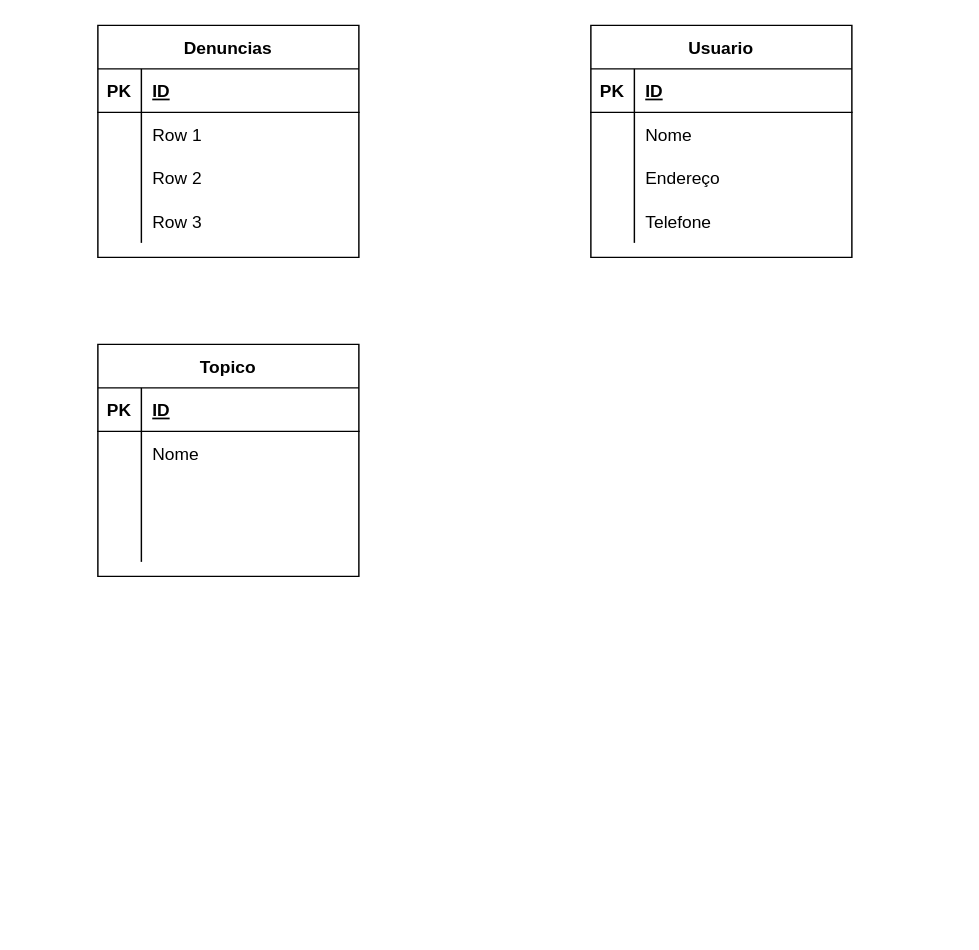
michaelsanguinete/CompassFinalProject keeps this draw.io diagram as Untitled Diagram.drawio. Above is the earlier version. Source tidied: cells renumbered, new cells numbered last; positions are measured from the earlier drawing's top-left corner, leaving out a move shared by most shapes. Both pictures are drawn from the tidied source at 145%, with x=0, y=0 at pixel (97, 25).
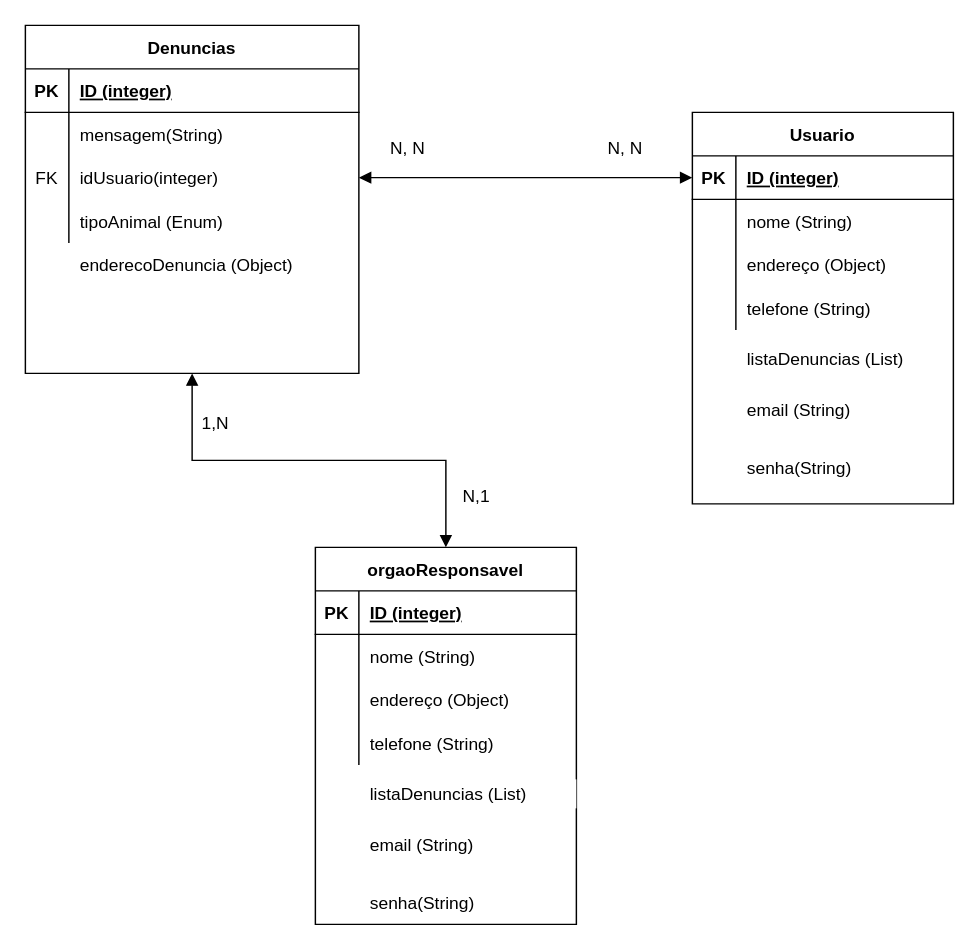
The same diagram, later.

The change refers to these unchanged cells:
```xml
<mxCell id="16" style="shape=partialRectangle;fillColor=none;top=0;left=0;bottom=1;right=0;points=[[0,0.5],[1,0.5]];portConstraint=eastwest;" parent="15" vertex="1">
  <mxGeometry y="30" width="180" height="30" as="geometry" />
</mxCell>
<mxCell id="19" style="shape=partialRectangle;fillColor=none;top=0;left=0;bottom=0;right=0;" parent="15" vertex="1">
  <mxGeometry y="60" width="180" height="30" as="geometry" />
</mxCell>
<mxCell id="22" style="shape=partialRectangle;fillColor=none;top=0;left=0;bottom=0;right=0;" parent="15" vertex="1">
  <mxGeometry y="90" width="180" height="30" as="geometry" />
</mxCell>
<mxCell id="25" style="shape=partialRectangle;fillColor=none;top=0;left=0;bottom=0;right=0;" parent="15" vertex="1">
  <mxGeometry y="120" width="180" height="30" as="geometry" />
</mxCell>
```

Change to the diagram source:
```diff
@@
     <mxCell id="2" value="Denuncias" style="shape=table;startSize=30;childLayout=tableLayout;rowLines=0;fontStyle=1;align=center;" parent="1" vertex="1">
-      <mxGeometry width="180" height="160" as="geometry" />
+      <mxGeometry x="-50" width="230" height="240" as="geometry" />
     </mxCell>
     <mxCell id="3" style="shape=partialRectangle;fillColor=none;top=0;left=0;bottom=1;right=0;" parent="2" vertex="1">
-      <mxGeometry y="30" width="180" height="30" as="geometry" />
+      <mxGeometry y="30" width="230" height="30" as="geometry" />
     </mxCell>
@@
-    <mxCell id="5" value="ID" style="shape=partialRectangle;fillColor=none;top=0;left=0;bottom=0;right=0;align=left;spacingLeft=6;fontStyle=5;overflow=hidden;" parent="3" vertex="1">
-      <mxGeometry x="30" width="150" height="30" as="geometry" />
+    <mxCell id="5" value="ID (integer)" style="shape=partialRectangle;fillColor=none;top=0;left=0;bottom=0;right=0;align=left;spacingLeft=6;fontStyle=5;overflow=hidden;" parent="3" vertex="1">
+      <mxGeometry x="30" width="200" height="30" as="geometry" />
     </mxCell>
     <mxCell id="6" style="shape=partialRectangle;fillColor=none;top=0;left=0;bottom=0;right=0;" parent="2" vertex="1">
-      <mxGeometry y="60" width="180" height="30" as="geometry" />
+      <mxGeometry y="60" width="230" height="30" as="geometry" />
     </mxCell>
@@
-    <mxCell id="8" value="Row 1" style="shape=partialRectangle;fillColor=none;top=0;left=0;bottom=0;right=0;align=left;spacingLeft=6;overflow=hidden;" parent="6" vertex="1">
-      <mxGeometry x="30" width="150" height="30" as="geometry" />
+    <mxCell id="8" value="mensagem(String)" style="shape=partialRectangle;fillColor=none;top=0;left=0;bottom=0;right=0;align=left;spacingLeft=6;overflow=hidden;" parent="6" vertex="1">
+      <mxGeometry x="30" width="200" height="30" as="geometry" />
     </mxCell>
     <mxCell id="9" style="shape=partialRectangle;fillColor=none;top=0;left=0;bottom=0;right=0;points=[[0,0.5],[1,0.5]];portConstraint=eastwest;" parent="2" vertex="1">
-      <mxGeometry y="90" width="180" height="30" as="geometry" />
+      <mxGeometry y="90" width="230" height="30" as="geometry" />
     </mxCell>
-    <mxCell id="10" style="shape=partialRectangle;fillColor=none;top=0;left=0;bottom=0;right=0;overflow=hidden;" parent="9" vertex="1">
+    <mxCell id="10" value="FK" style="shape=partialRectangle;fillColor=none;top=0;left=0;bottom=0;right=0;overflow=hidden;" parent="9" vertex="1">
       <mxGeometry width="30" height="30" as="geometry" />
     </mxCell>
-    <mxCell id="11" value="Row 2" style="shape=partialRectangle;fillColor=none;top=0;left=0;bottom=0;right=0;align=left;spacingLeft=6;overflow=hidden;" parent="9" vertex="1">
-      <mxGeometry x="30" width="150" height="30" as="geometry" />
+    <mxCell id="11" value="idUsuario(integer)" style="shape=partialRectangle;fillColor=none;top=0;left=0;bottom=0;right=0;align=left;spacingLeft=6;overflow=hidden;" parent="9" vertex="1">
+      <mxGeometry x="30" width="200" height="30" as="geometry" />
     </mxCell>
     <mxCell id="12" style="shape=partialRectangle;fillColor=none;top=0;left=0;bottom=0;right=0;" parent="2" vertex="1">
-      <mxGeometry y="120" width="180" height="30" as="geometry" />
+      <mxGeometry y="120" width="230" height="30" as="geometry" />
     </mxCell>
@@
-    <mxCell id="14" value="Row 3" style="shape=partialRectangle;fillColor=none;top=0;left=0;bottom=0;right=0;align=left;spacingLeft=6;overflow=hidden;" parent="12" vertex="1">
-      <mxGeometry x="30" width="150" height="30" as="geometry" />
+    <mxCell id="14" value="tipoAnimal (Enum)" style="shape=partialRectangle;fillColor=none;top=0;left=0;bottom=0;right=0;align=left;spacingLeft=6;overflow=hidden;" parent="12" vertex="1">
+      <mxGeometry x="30" width="200" height="30" as="geometry" />
     </mxCell>
     <mxCell id="15" value="Usuario" style="shape=table;startSize=30;childLayout=tableLayout;rowLines=0;fontStyle=1;align=center;" parent="1" vertex="1">
-      <mxGeometry x="340" width="180" height="160" as="geometry" />
+      <mxGeometry x="410" y="60" width="180" height="270" as="geometry" />
     </mxCell>
@@
-    <mxCell id="18" value="ID" style="shape=partialRectangle;fillColor=none;top=0;left=0;bottom=0;right=0;align=left;spacingLeft=6;fontStyle=5;overflow=hidden;" parent="16" vertex="1">
+    <mxCell id="18" value="ID (integer)" style="shape=partialRectangle;fillColor=none;top=0;left=0;bottom=0;right=0;align=left;spacingLeft=6;fontStyle=5;overflow=hidden;" parent="16" vertex="1">
       <mxGeometry x="30" width="150" height="30" as="geometry" />
     </mxCell>
@@
-    <mxCell id="21" value="Nome" style="shape=partialRectangle;fillColor=none;top=0;left=0;bottom=0;right=0;align=left;spacingLeft=6;overflow=hidden;" parent="19" vertex="1">
+    <mxCell id="21" value="nome (String)" style="shape=partialRectangle;fillColor=none;top=0;left=0;bottom=0;right=0;align=left;spacingLeft=6;overflow=hidden;" parent="19" vertex="1">
       <mxGeometry x="30" width="150" height="30" as="geometry" />
     </mxCell>
@@
-    <mxCell id="24" value="Endereço" style="shape=partialRectangle;fillColor=none;top=0;left=0;bottom=0;right=0;align=left;spacingLeft=6;overflow=hidden;" parent="22" vertex="1">
+    <mxCell id="24" value="endereço (Object)" style="shape=partialRectangle;fillColor=none;top=0;left=0;bottom=0;right=0;align=left;spacingLeft=6;overflow=hidden;" parent="22" vertex="1">
       <mxGeometry x="30" width="150" height="30" as="geometry" />
     </mxCell>
@@
-    <mxCell id="27" value="Telefone" style="shape=partialRectangle;fillColor=none;top=0;left=0;bottom=0;right=0;align=left;spacingLeft=6;overflow=hidden;" parent="25" vertex="1">
+    <mxCell id="27" value="telefone (String)" style="shape=partialRectangle;fillColor=none;top=0;left=0;bottom=0;right=0;align=left;spacingLeft=6;overflow=hidden;" parent="25" vertex="1">
       <mxGeometry x="30" width="150" height="30" as="geometry" />
     </mxCell>
-    <mxCell id="28" value="Topico" style="shape=table;startSize=30;childLayout=tableLayout;rowLines=0;fontStyle=1;align=center;" parent="1" vertex="1">
-      <mxGeometry y="220" width="180" height="160" as="geometry" />
-    </mxCell>
+    <mxCell id="41" value="listaDenuncias (List)" style="shape=partialRectangle;fillColor=none;top=0;left=0;bottom=0;right=0;align=left;spacingLeft=6;overflow=hidden;" parent="1" vertex="1">
+      <mxGeometry x="440" y="220" width="150" height="20" as="geometry" />
+    </mxCell>
+    <mxCell id="42" value="email (String)" style="shape=partialRectangle;fillColor=none;top=0;left=0;bottom=0;right=0;align=left;spacingLeft=6;overflow=hidden;" parent="1" vertex="1">
+      <mxGeometry x="440" y="250" width="150" height="30" as="geometry" />
+    </mxCell>
+    <mxCell id="43" value="senha(String)" style="shape=partialRectangle;fillColor=none;top=0;left=0;bottom=0;right=0;align=left;spacingLeft=6;overflow=hidden;" parent="1" vertex="1">
+      <mxGeometry x="440" y="290" width="150" height="30" as="geometry" />
+    </mxCell>
+    <mxCell id="44" style="edgeStyle=orthogonalEdgeStyle;rounded=0;jettySize=auto;html=1;entryX=0;entryY=0.5;entryDx=0;entryDy=0;startArrow=block;startFill=1;endArrow=block;endFill=1;" parent="1" edge="1" source="9" target="16">
+      <mxGeometry relative="1" as="geometry" />
+    </mxCell>
+    <mxCell id="45" value="enderecoDenuncia (Object)" style="shape=partialRectangle;fillColor=none;top=0;left=0;bottom=0;right=0;align=left;spacingLeft=6;overflow=hidden;" parent="1" vertex="1">
+      <mxGeometry x="-20" y="150" width="170" height="30" as="geometry" />
+    </mxCell>
+    <mxCell id="46" style="edgeStyle=orthogonalEdgeStyle;rounded=0;jettySize=auto;html=1;entryX=0.5;entryY=1;entryDx=0;entryDy=0;endArrow=block;endFill=1;startArrow=block;startFill=1;targetPerimeterSpacing=0;sourcePerimeterSpacing=0;jumpSize=6;" parent="1" edge="1" source="47" target="2">
+      <mxGeometry relative="1" as="geometry" />
+    </mxCell>
+    <mxCell id="47" value="orgaoResponsavel" style="shape=table;startSize=30;childLayout=tableLayout;rowLines=0;fontStyle=1;align=center;" parent="1" vertex="1">
+      <mxGeometry x="150" y="360" width="180" height="260" as="geometry" />
+    </mxCell>
-    <mxCell id="29" style="shape=partialRectangle;fillColor=none;top=0;left=0;bottom=1;right=0;" parent="28" vertex="1">
+    <mxCell id="29" style="shape=partialRectangle;fillColor=none;top=0;left=0;bottom=1;right=0;" parent="47" vertex="1">
       <mxGeometry y="30" width="180" height="30" as="geometry" />
     </mxCell>
@@
-    <mxCell id="31" value="ID" style="shape=partialRectangle;fillColor=none;top=0;left=0;bottom=0;right=0;align=left;spacingLeft=6;fontStyle=5;overflow=hidden;" parent="29" vertex="1">
-      <mxGeometry x="30" width="150" height="30" as="geometry" />
-    </mxCell>
+    <mxCell id="48" value="ID (integer)" style="shape=partialRectangle;fillColor=none;top=0;left=0;bottom=0;right=0;align=left;spacingLeft=6;fontStyle=5;overflow=hidden;" parent="29" vertex="1">
+      <mxGeometry x="30" width="150" height="30" as="geometry" />
+    </mxCell>
-    <mxCell id="32" style="shape=partialRectangle;fillColor=none;top=0;left=0;bottom=0;right=0;" parent="28" vertex="1">
+    <mxCell id="32" style="shape=partialRectangle;fillColor=none;top=0;left=0;bottom=0;right=0;" parent="47" vertex="1">
       <mxGeometry y="60" width="180" height="30" as="geometry" />
     </mxCell>
-    <mxCell id="33" style="shape=partialRectangle;fillColor=none;top=0;left=0;bottom=0;right=0;overflow=hidden;" parent="32" vertex="1">
-      <mxGeometry width="30" height="30" as="geometry" />
-    </mxCell>
-    <mxCell id="34" value="Nome" style="shape=partialRectangle;fillColor=none;top=0;left=0;bottom=0;right=0;align=left;spacingLeft=6;overflow=hidden;" parent="32" vertex="1">
-      <mxGeometry x="30" width="150" height="30" as="geometry" />
-    </mxCell>
+    <mxCell id="49" style="shape=partialRectangle;fillColor=none;top=0;left=0;bottom=0;right=0;overflow=hidden;" parent="32" vertex="1">
+      <mxGeometry width="30" height="30" as="geometry" />
+    </mxCell>
+    <mxCell id="50" value="nome (String)" style="shape=partialRectangle;fillColor=none;top=0;left=0;bottom=0;right=0;align=left;spacingLeft=6;overflow=hidden;" parent="32" vertex="1">
+      <mxGeometry x="30" width="150" height="30" as="geometry" />
+    </mxCell>
-    <mxCell id="35" style="shape=partialRectangle;fillColor=none;top=0;left=0;bottom=0;right=0;" parent="28" vertex="1">
+    <mxCell id="35" style="shape=partialRectangle;fillColor=none;top=0;left=0;bottom=0;right=0;" parent="47" vertex="1">
       <mxGeometry y="90" width="180" height="30" as="geometry" />
     </mxCell>
-    <mxCell id="36" style="shape=partialRectangle;fillColor=none;top=0;left=0;bottom=0;right=0;overflow=hidden;" parent="35" vertex="1">
-      <mxGeometry width="30" height="30" as="geometry" />
-    </mxCell>
-    <mxCell id="37" style="shape=partialRectangle;fillColor=none;top=0;left=0;bottom=0;right=0;align=left;spacingLeft=6;overflow=hidden;" parent="35" vertex="1">
-      <mxGeometry x="30" width="150" height="30" as="geometry" />
-    </mxCell>
+    <mxCell id="51" style="shape=partialRectangle;fillColor=none;top=0;left=0;bottom=0;right=0;overflow=hidden;" parent="35" vertex="1">
+      <mxGeometry width="30" height="30" as="geometry" />
+    </mxCell>
+    <mxCell id="52" value="endereço (Object)" style="shape=partialRectangle;fillColor=none;top=0;left=0;bottom=0;right=0;align=left;spacingLeft=6;overflow=hidden;" parent="35" vertex="1">
+      <mxGeometry x="30" width="150" height="30" as="geometry" />
+    </mxCell>
-    <mxCell id="38" style="shape=partialRectangle;fillColor=none;top=0;left=0;bottom=0;right=0;" parent="28" vertex="1">
+    <mxCell id="38" style="shape=partialRectangle;fillColor=none;top=0;left=0;bottom=0;right=0;" parent="47" vertex="1">
       <mxGeometry y="120" width="180" height="30" as="geometry" />
     </mxCell>
-    <mxCell id="39" style="shape=partialRectangle;fillColor=none;top=0;left=0;bottom=0;right=0;overflow=hidden;" parent="38" vertex="1">
-      <mxGeometry width="30" height="30" as="geometry" />
-    </mxCell>
-    <mxCell id="40" style="shape=partialRectangle;fillColor=none;top=0;left=0;bottom=0;right=0;align=left;spacingLeft=6;overflow=hidden;" parent="38" vertex="1">
-      <mxGeometry x="30" width="150" height="30" as="geometry" />
-    </mxCell>
+    <mxCell id="53" style="shape=partialRectangle;fillColor=none;top=0;left=0;bottom=0;right=0;overflow=hidden;" parent="38" vertex="1">
+      <mxGeometry width="30" height="30" as="geometry" />
+    </mxCell>
+    <mxCell id="54" value="telefone (String)" style="shape=partialRectangle;fillColor=none;top=0;left=0;bottom=0;right=0;align=left;spacingLeft=6;overflow=hidden;" parent="38" vertex="1">
+      <mxGeometry x="30" width="150" height="30" as="geometry" />
+    </mxCell>
+    <mxCell id="55" value="listaDenuncias (List)" style="shape=partialRectangle;fillColor=default;top=0;left=0;bottom=0;right=0;align=left;spacingLeft=6;overflow=hidden;strokeColor=default;sketch=0;" parent="1" vertex="1">
+      <mxGeometry x="180" y="520" width="150" height="20" as="geometry" />
+    </mxCell>
+    <mxCell id="56" value="email (String)" style="shape=partialRectangle;fillColor=none;top=0;left=0;bottom=0;right=0;align=left;spacingLeft=6;overflow=hidden;" parent="1" vertex="1">
+      <mxGeometry x="180" y="550" width="150" height="30" as="geometry" />
+    </mxCell>
+    <mxCell id="57" value="senha(String)" style="shape=partialRectangle;fillColor=none;top=0;left=0;bottom=0;right=0;align=left;spacingLeft=6;overflow=hidden;" parent="1" vertex="1">
+      <mxGeometry x="180" y="590" width="150" height="30" as="geometry" />
+    </mxCell>
+    <mxCell id="58" value="1,N" style="text;html=1;strokeColor=none;fillColor=none;align=left;verticalAlign=middle;whiteSpace=wrap;rounded=0;sketch=0;" parent="1" vertex="1">
+      <mxGeometry x="70" y="260" width="60" height="30" as="geometry" />
+    </mxCell>
+    <mxCell id="59" value="N,1" style="text;html=1;strokeColor=none;fillColor=none;align=left;verticalAlign=middle;whiteSpace=wrap;rounded=0;sketch=0;" parent="1" vertex="1">
+      <mxGeometry x="250" y="310" width="60" height="30" as="geometry" />
+    </mxCell>
+    <mxCell id="60" value="N, N" style="text;html=1;strokeColor=none;fillColor=none;align=left;verticalAlign=middle;whiteSpace=wrap;rounded=0;sketch=0;" parent="1" vertex="1">
+      <mxGeometry x="200" y="70" width="60" height="30" as="geometry" />
+    </mxCell>
+    <mxCell id="61" value="N, N" style="text;html=1;strokeColor=none;fillColor=none;align=left;verticalAlign=middle;whiteSpace=wrap;rounded=0;sketch=0;" parent="1" vertex="1">
+      <mxGeometry x="350" y="70" width="60" height="30" as="geometry" />
+    </mxCell>
```
